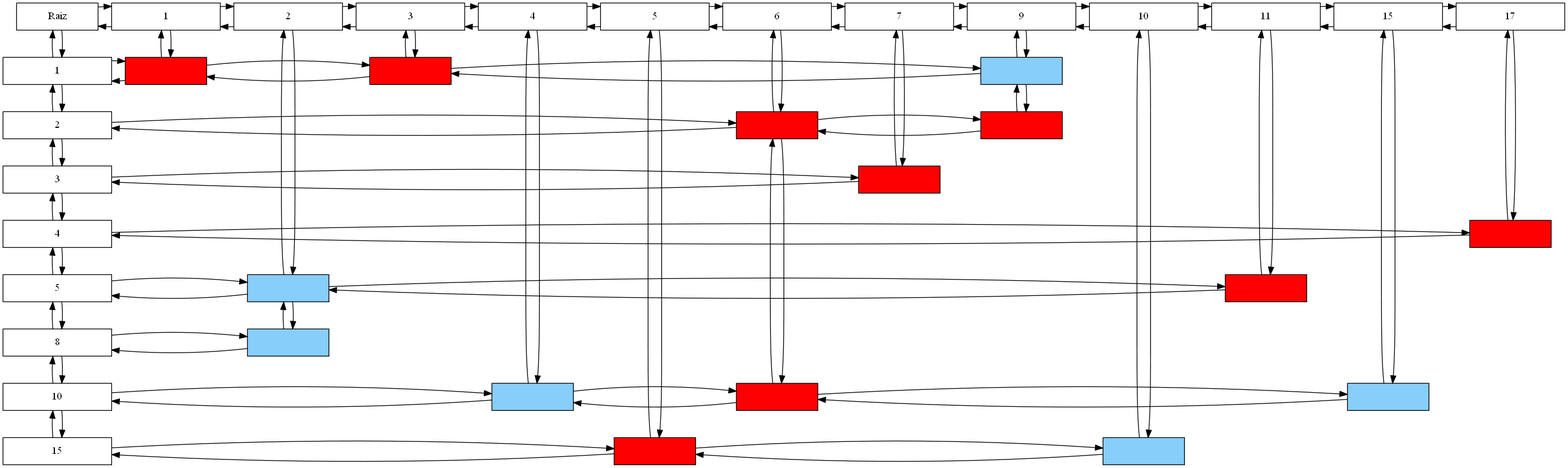
This is scrabble/ReporteMatriz.png from ChrisUSAC/EDD_1S2020_PY1_201709272, a Graphviz export, as it was before one commit. Its source is kept beside it as scrabble/ReporteMatriz.dot. The source it was exported from:
```dot
digraph M{
node[ shape = box]
Raiz[label = "Raiz", width=1.5, group = 1];

f0[label = "1" width=2.0 , group = 1 ];
f1[label = "2" width=2.0 , group = 1 ];
f2[label = "3" width=2.0 , group = 1 ];
f3[label = "4" width=2.0 , group = 1 ];
f4[label = "5" width=2.0 , group = 1 ];
f5[label = "8" width=2.0 , group = 1 ];
f6[label = "10" width=2.0 , group = 1 ];
f7[label = "15" width=2.0 , group = 1 ];
f0 -> f1[dir = back];
f0 -> f1
f1 -> f2[dir = back];
f1 -> f2
f2 -> f3[dir = back];
f2 -> f3
f3 -> f4[dir = back];
f3 -> f4
f4 -> f5[dir = back];
f4 -> f5
f5 -> f6[dir = back];
f5 -> f6
f6 -> f7[dir = back];
f6 -> f7
c0[label = "1" width=2.0 , group = 2 ];
c1[label = "2" width=2.0 , group = 3 ];
c2[label = "3" width=2.0 , group = 4 ];
c3[label = "4" width=2.0 , group = 5 ];
c4[label = "5" width=2.0 , group = 6 ];
c5[label = "6" width=2.0 , group = 7 ];
c6[label = "7" width=2.0 , group = 8 ];
c7[label = "9" width=2.0 , group = 9 ];
c8[label = "10" width=2.0 , group = 10 ];
c9[label = "11" width=2.0 , group = 11 ];
c10[label = "15" width=2.0 , group = 12 ];
c11[label = "17" width=2.0 , group = 13 ];
c0 -> c1[dir = back];
c0 -> c1
c1 -> c2[dir = back];
c1 -> c2
c2 -> c3[dir = back];
c2 -> c3
c3 -> c4[dir = back];
c3 -> c4
c4 -> c5[dir = back];
c4 -> c5
c5 -> c6[dir = back];
c5 -> c6
c6 -> c7[dir = back];
c6 -> c7
c7 -> c8[dir = back];
c7 -> c8
c8 -> c9[dir = back];
c8 -> c9
c9 -> c10[dir = back];
c9 -> c10
c10 -> c11[dir = back];
c10 -> c11
 Raiz -> f0 [dir = back];
 Raiz -> f0 ;
 Raiz -> c0 [dir = back];
 Raiz -> c0 ;
{rank = same;Raiz;c0;c1;c2;c3;c4;c5;c6;c7;c8;c9;c10;c11;}
n0[label = " " width = 1.5,fillcolor = red,style = filled, group =2];
n0[label = " " width = 1.5, group =2];
n1[label = " " width = 1.5,fillcolor = lightskyblue,style = filled,group =3];
n1[label = " " width = 1.5, group =3];
n2[label = " " width = 1.5,fillcolor = lightskyblue,style = filled,group =3];
n2[label = " " width = 1.5, group =3];
n3[label = " " width = 1.5,fillcolor = red,style = filled, group =4];
n3[label = " " width = 1.5, group =4];
n4[label = " " width = 1.5,fillcolor = lightskyblue,style = filled,group =5];
n4[label = " " width = 1.5, group =5];
n5[label = " " width = 1.5,fillcolor = red,style = filled, group =6];
n5[label = " " width = 1.5, group =6];
n6[label = " " width = 1.5,fillcolor = red,style = filled, group =7];
n6[label = " " width = 1.5, group =7];
n7[label = " " width = 1.5,fillcolor = red,style = filled, group =7];
n7[label = " " width = 1.5, group =7];
n8[label = " " width = 1.5,fillcolor = red,style = filled, group =8];
n8[label = " " width = 1.5, group =8];
n9[label = " " width = 1.5,fillcolor = lightskyblue,style = filled,group =9];
n9[label = " " width = 1.5, group =9];
n10[label = " " width = 1.5,fillcolor = red,style = filled, group =9];
n10[label = " " width = 1.5, group =9];
n11[label = " " width = 1.5,fillcolor = lightskyblue,style = filled,group =10];
n11[label = " " width = 1.5, group =10];
n12[label = " " width = 1.5,fillcolor = red,style = filled, group =11];
n12[label = " " width = 1.5, group =11];
n13[label = " " width = 1.5,fillcolor = lightskyblue,style = filled,group =12];
n13[label = " " width = 1.5, group =12];
n14[label = " " width = 1.5,fillcolor = red,style = filled, group =13];
n14[label = " " width = 1.5, group =13];
c0 -> n0 [dir = back];
c0 -> n0
c1 -> n1 [dir = back];
c1 -> n1
n1 -> n2 [dir = back];
n1 -> n2
c2 -> n3 [dir = back];
c2 -> n3
c3 -> n4 [dir = back];
c3 -> n4
c4 -> n5 [dir = back];
c4 -> n5
c5 -> n6 [dir = back];
c5 -> n6
n6 -> n7 [dir = back];
n6 -> n7
c6 -> n8 [dir = back];
c6 -> n8
c7 -> n9 [dir = back];
c7 -> n9
n9 -> n10 [dir = back];
n9 -> n10
c8 -> n11 [dir = back];
c8 -> n11
c9 -> n12 [dir = back];
c9 -> n12
c10 -> n13 [dir = back];
c10 -> n13
c11 -> n14 [dir = back];
c11 -> n14
f0 -> n0 [dir = back];
f0 -> n0
n0 -> n3 [dir = back];
n0 -> n3
n3 -> n9 [dir = back];
n3 -> n9
f1 -> n6 [dir = back];
f1 -> n6
n6 -> n10 [dir = back];
n6 -> n10
f2 -> n8 [dir = back];
f2 -> n8
f3 -> n14 [dir = back];
f3 -> n14
f4 -> n1 [dir = back];
f4 -> n1
n1 -> n12 [dir = back];
n1 -> n12
f5 -> n2 [dir = back];
f5 -> n2
f6 -> n4 [dir = back];
f6 -> n4
n4 -> n7 [dir = back];
n4 -> n7
n7 -> n13 [dir = back];
n7 -> n13
f7 -> n5 [dir = back];
f7 -> n5
n5 -> n11 [dir = back];
n5 -> n11
{rank = same;f0;n0;n3;n9;}
{rank = same;f1;n6;n10;}
{rank = same;f2;n8;}
{rank = same;f3;n14;}
{rank = same;f4;n1;n12;}
{rank = same;f5;n2;}
{rank = same;f6;n4;n7;n13;}
{rank = same;f7;n5;n11;}
}
```
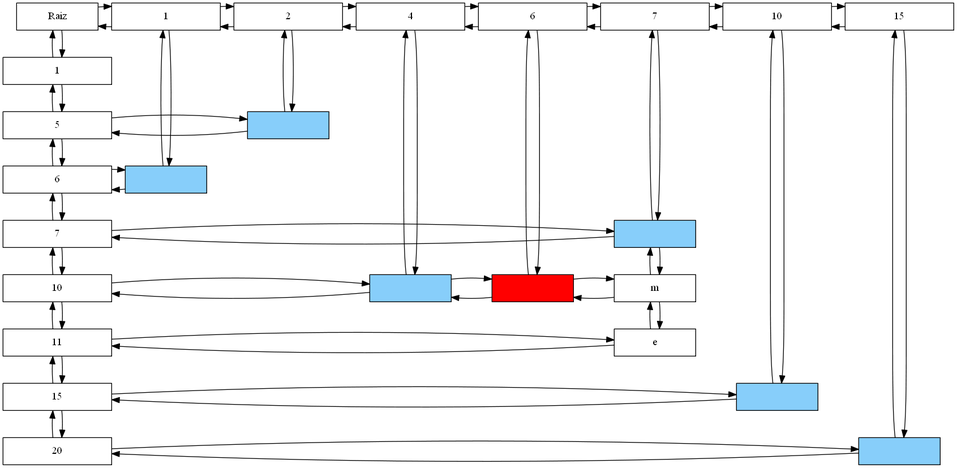
The same file after the commit.

What changed in the source:
```diff
@@ -3,13 +3,13 @@
 Raiz[label = "Raiz", width=1.5, group = 1];
 
 f0[label = "1" width=2.0 , group = 1 ];
-f1[label = "2" width=2.0 , group = 1 ];
-f2[label = "3" width=2.0 , group = 1 ];
-f3[label = "4" width=2.0 , group = 1 ];
-f4[label = "5" width=2.0 , group = 1 ];
-f5[label = "8" width=2.0 , group = 1 ];
-f6[label = "10" width=2.0 , group = 1 ];
-f7[label = "15" width=2.0 , group = 1 ];
+f1[label = "5" width=2.0 , group = 1 ];
+f2[label = "6" width=2.0 , group = 1 ];
+f3[label = "7" width=2.0 , group = 1 ];
+f4[label = "10" width=2.0 , group = 1 ];
+f5[label = "11" width=2.0 , group = 1 ];
+f6[label = "15" width=2.0 , group = 1 ];
+f7[label = "20" width=2.0 , group = 1 ];
 f0 -> f1[dir = back];
 f0 -> f1
 f1 -> f2[dir = back];
@@ -26,16 +26,11 @@
 f6 -> f7
 c0[label = "1" width=2.0 , group = 2 ];
 c1[label = "2" width=2.0 , group = 3 ];
-c2[label = "3" width=2.0 , group = 4 ];
-c3[label = "4" width=2.0 , group = 5 ];
-c4[label = "5" width=2.0 , group = 6 ];
-c5[label = "6" width=2.0 , group = 7 ];
-c6[label = "7" width=2.0 , group = 8 ];
-c7[label = "9" width=2.0 , group = 9 ];
-c8[label = "10" width=2.0 , group = 10 ];
-c9[label = "11" width=2.0 , group = 11 ];
-c10[label = "15" width=2.0 , group = 12 ];
-c11[label = "17" width=2.0 , group = 13 ];
+c2[label = "4" width=2.0 , group = 4 ];
+c3[label = "6" width=2.0 , group = 5 ];
+c4[label = "7" width=2.0 , group = 6 ];
+c5[label = "10" width=2.0 , group = 7 ];
+c6[label = "15" width=2.0 , group = 8 ];
 c0 -> c1[dir = back];
 c0 -> c1
 c1 -> c2[dir = back];
@@ -48,117 +43,71 @@
 c4 -> c5
 c5 -> c6[dir = back];
 c5 -> c6
-c6 -> c7[dir = back];
-c6 -> c7
-c7 -> c8[dir = back];
-c7 -> c8
-c8 -> c9[dir = back];
-c8 -> c9
-c9 -> c10[dir = back];
-c9 -> c10
-c10 -> c11[dir = back];
-c10 -> c11
  Raiz -> f0 [dir = back];
  Raiz -> f0 ;
  Raiz -> c0 [dir = back];
  Raiz -> c0 ;
-{rank = same;Raiz;c0;c1;c2;c3;c4;c5;c6;c7;c8;c9;c10;c11;}
-n0[label = " " width = 1.5,fillcolor = red,style = filled, group =2];
+{rank = same;Raiz;c0;c1;c2;c3;c4;c5;c6;}
+n0[label = " " width = 1.5,fillcolor = lightskyblue,style = filled,group =2];
 n0[label = " " width = 1.5, group =2];
 n1[label = " " width = 1.5,fillcolor = lightskyblue,style = filled,group =3];
 n1[label = " " width = 1.5, group =3];
-n2[label = " " width = 1.5,fillcolor = lightskyblue,style = filled,group =3];
-n2[label = " " width = 1.5, group =3];
-n3[label = " " width = 1.5,fillcolor = red,style = filled, group =4];
-n3[label = " " width = 1.5, group =4];
-n4[label = " " width = 1.5,fillcolor = lightskyblue,style = filled,group =5];
-n4[label = " " width = 1.5, group =5];
-n5[label = " " width = 1.5,fillcolor = red,style = filled, group =6];
-n5[label = " " width = 1.5, group =6];
-n6[label = " " width = 1.5,fillcolor = red,style = filled, group =7];
-n6[label = " " width = 1.5, group =7];
-n7[label = " " width = 1.5,fillcolor = red,style = filled, group =7];
+n2[label = " " width = 1.5,fillcolor = lightskyblue,style = filled,group =4];
+n2[label = " " width = 1.5, group =4];
+n3[label = " " width = 1.5,fillcolor = red,style = filled, group =5];
+n3[label = " " width = 1.5, group =5];
+n4[label = " " width = 1.5,fillcolor = lightskyblue,style = filled,group =6];
+n4[label = " " width = 1.5, group =6];
+n5[label = "m" width = 1.5, group =6];
+n5[label = "m" width = 1.5, group =6];
+n6[label = "e" width = 1.5, group =6];
+n6[label = "e" width = 1.5, group =6];
+n7[label = " " width = 1.5,fillcolor = lightskyblue,style = filled,group =7];
 n7[label = " " width = 1.5, group =7];
-n8[label = " " width = 1.5,fillcolor = red,style = filled, group =8];
+n8[label = " " width = 1.5,fillcolor = lightskyblue,style = filled,group =8];
 n8[label = " " width = 1.5, group =8];
-n9[label = " " width = 1.5,fillcolor = lightskyblue,style = filled,group =9];
-n9[label = " " width = 1.5, group =9];
-n10[label = " " width = 1.5,fillcolor = red,style = filled, group =9];
-n10[label = " " width = 1.5, group =9];
-n11[label = " " width = 1.5,fillcolor = lightskyblue,style = filled,group =10];
-n11[label = " " width = 1.5, group =10];
-n12[label = " " width = 1.5,fillcolor = red,style = filled, group =11];
-n12[label = " " width = 1.5, group =11];
-n13[label = " " width = 1.5,fillcolor = lightskyblue,style = filled,group =12];
-n13[label = " " width = 1.5, group =12];
-n14[label = " " width = 1.5,fillcolor = red,style = filled, group =13];
-n14[label = " " width = 1.5, group =13];
 c0 -> n0 [dir = back];
 c0 -> n0
 c1 -> n1 [dir = back];
 c1 -> n1
-n1 -> n2 [dir = back];
-n1 -> n2
-c2 -> n3 [dir = back];
-c2 -> n3
-c3 -> n4 [dir = back];
-c3 -> n4
-c4 -> n5 [dir = back];
-c4 -> n5
-c5 -> n6 [dir = back];
-c5 -> n6
-n6 -> n7 [dir = back];
-n6 -> n7
+c2 -> n2 [dir = back];
+c2 -> n2
+c3 -> n3 [dir = back];
+c3 -> n3
+c4 -> n4 [dir = back];
+c4 -> n4
+n4 -> n5 [dir = back];
+n4 -> n5
+n5 -> n6 [dir = back];
+n5 -> n6
+c5 -> n7 [dir = back];
+c5 -> n7
 c6 -> n8 [dir = back];
 c6 -> n8
-c7 -> n9 [dir = back];
-c7 -> n9
-n9 -> n10 [dir = back];
-n9 -> n10
-c8 -> n11 [dir = back];
-c8 -> n11
-c9 -> n12 [dir = back];
-c9 -> n12
-c10 -> n13 [dir = back];
-c10 -> n13
-c11 -> n14 [dir = back];
-c11 -> n14
-f0 -> n0 [dir = back];
-f0 -> n0
-n0 -> n3 [dir = back];
-n0 -> n3
-n3 -> n9 [dir = back];
-n3 -> n9
-f1 -> n6 [dir = back];
-f1 -> n6
-n6 -> n10 [dir = back];
-n6 -> n10
-f2 -> n8 [dir = back];
-f2 -> n8
-f3 -> n14 [dir = back];
-f3 -> n14
-f4 -> n1 [dir = back];
-f4 -> n1
-n1 -> n12 [dir = back];
-n1 -> n12
-f5 -> n2 [dir = back];
-f5 -> n2
-f6 -> n4 [dir = back];
-f6 -> n4
-n4 -> n7 [dir = back];
-n4 -> n7
-n7 -> n13 [dir = back];
-n7 -> n13
-f7 -> n5 [dir = back];
-f7 -> n5
-n5 -> n11 [dir = back];
-n5 -> n11
-{rank = same;f0;n0;n3;n9;}
-{rank = same;f1;n6;n10;}
-{rank = same;f2;n8;}
-{rank = same;f3;n14;}
-{rank = same;f4;n1;n12;}
-{rank = same;f5;n2;}
-{rank = same;f6;n4;n7;n13;}
-{rank = same;f7;n5;n11;}
+f1 -> n1 [dir = back];
+f1 -> n1
+f2 -> n0 [dir = back];
+f2 -> n0
+f3 -> n4 [dir = back];
+f3 -> n4
+f4 -> n2 [dir = back];
+f4 -> n2
+n2 -> n3 [dir = back];
+n2 -> n3
+n3 -> n5 [dir = back];
+n3 -> n5
+f5 -> n6 [dir = back];
+f5 -> n6
+f6 -> n7 [dir = back];
+f6 -> n7
+f7 -> n8 [dir = back];
+f7 -> n8
+{rank = same;f0;}
+{rank = same;f1;n1;}
+{rank = same;f2;n0;}
+{rank = same;f3;n4;}
+{rank = same;f4;n2;n3;n5;}
+{rank = same;f5;n6;}
+{rank = same;f6;n7;}
+{rank = same;f7;n8;}
 }
```
